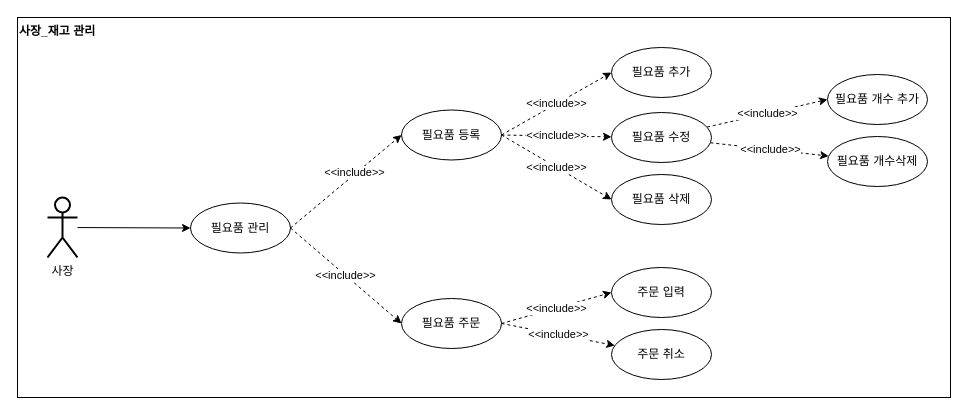
Earlier version of the draw.io diagram page "1.7 NeedManagement_Usecase" (7 of 14) of Diagram/Use Case/Use Case v1.3.drawio (thelight0804/Design_pattern-Java). Source tidied: cells renumbered, new cells numbered last; positions are measured from the earlier drawing's top-left corner, leaving out a move shared by most shapes. Both pictures are drawn from the tidied source at 100%, with x=0, y=0 at pixel (17, 17).
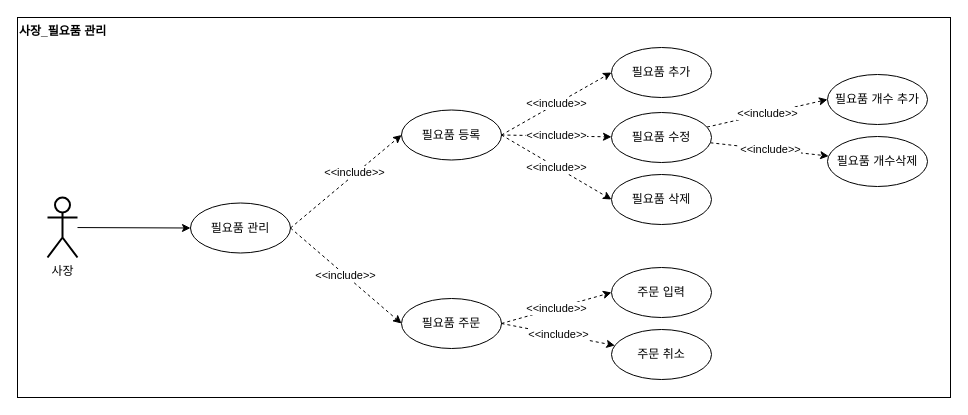
Above is the later version.

Diff of the diagram source:
```diff
@@
-    <mxCell id="4" value="사장_재고 관리" style="text;html=1;strokeColor=#000000;fillColor=none;align=left;verticalAlign=top;rounded=0;fontStyle=1;fontColor=#000000;labelBackgroundColor=none;labelBorderColor=none;whiteSpace=wrap;" parent="1" vertex="1">
+    <mxCell id="4" value="사장_필요품 관리" style="text;html=1;strokeColor=#000000;fillColor=none;align=left;verticalAlign=top;rounded=0;fontStyle=1;fontColor=#000000;labelBackgroundColor=none;labelBorderColor=none;whiteSpace=wrap;" parent="1" vertex="1">
       <mxGeometry width="933" height="380" as="geometry" />
     </mxCell>
```
